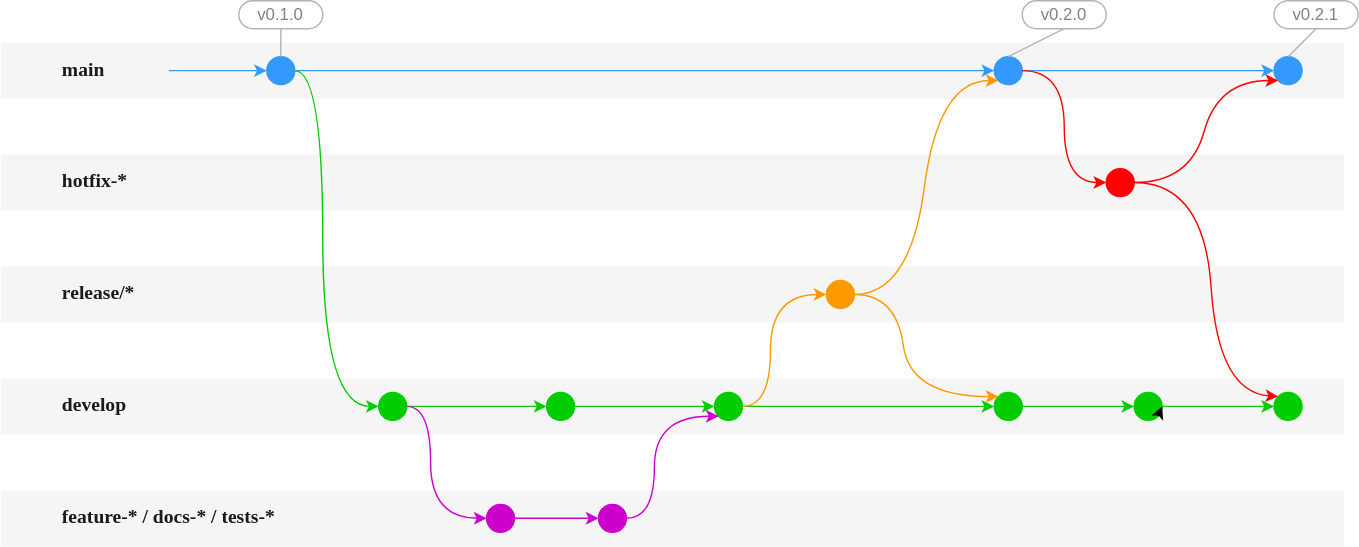
ISS-Leimen/lab-dev-conventions keeps this draw.io diagram as images/git-flow-semver.drawio.svg. Above is the earlier version. Source tidied: cells renumbered, new cells last; positions are measured from the earlier drawing's top-left corner, leaving out a move shared by most shapes.
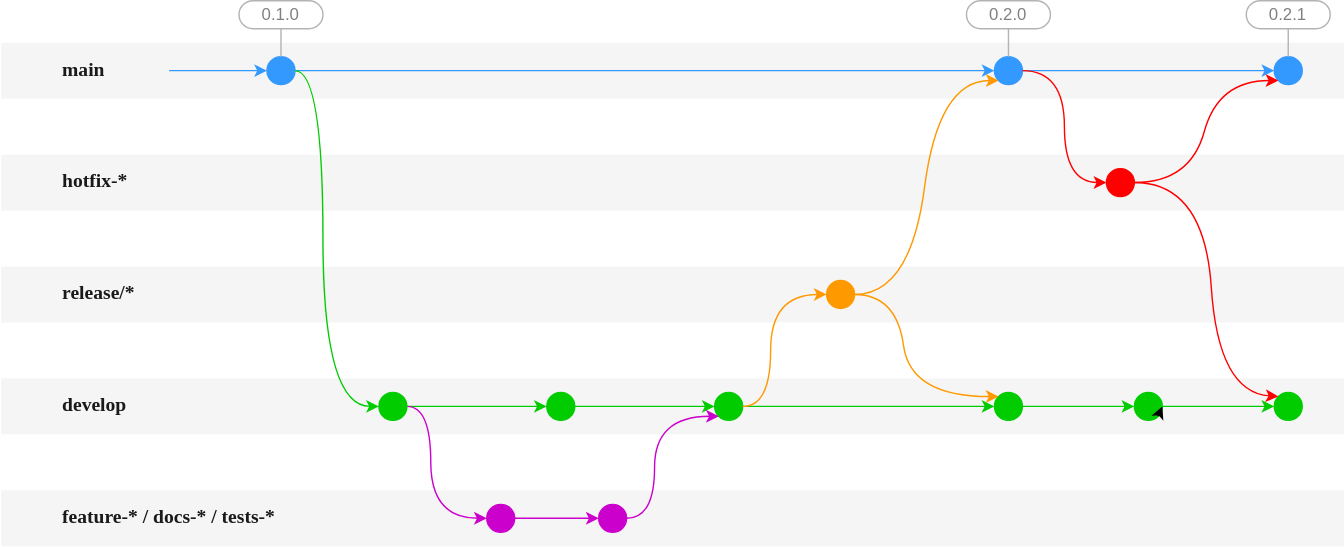
After the change.

Change to the diagram source:
```diff
@@ -169,7 +169,7 @@
         <mxPoint x="120" y="50" as="sourcePoint" />
       </mxGeometry>
     </mxCell>
-    <mxCell id="42" value="&lt;font style=&quot;color: rgb(128, 128, 128);&quot;&gt;v0.1.0&lt;/font&gt;" style="whiteSpace=wrap;html=1;rounded=1;arcSize=50;align=center;verticalAlign=middle;strokeWidth=1;spacing=4;newEdgeStyle={&quot;edgeStyle&quot;:&quot;entityRelationEdgeStyle&quot;,&quot;startArrow&quot;:&quot;none&quot;,&quot;endArrow&quot;:&quot;none&quot;,&quot;segment&quot;:10,&quot;curved&quot;:1,&quot;sourcePerimeterSpacing&quot;:0,&quot;targetPerimeterSpacing&quot;:0};strokeColor=#B3B3B3;" parent="1" vertex="1">
+    <mxCell id="42" value="&lt;font style=&quot;color: rgb(128, 128, 128);&quot;&gt;0.1.0&lt;/font&gt;" style="whiteSpace=wrap;html=1;rounded=1;arcSize=50;align=center;verticalAlign=middle;strokeWidth=1;spacing=4;newEdgeStyle={&quot;edgeStyle&quot;:&quot;entityRelationEdgeStyle&quot;,&quot;startArrow&quot;:&quot;none&quot;,&quot;endArrow&quot;:&quot;none&quot;,&quot;segment&quot;:10,&quot;curved&quot;:1,&quot;sourcePerimeterSpacing&quot;:0,&quot;targetPerimeterSpacing&quot;:0};strokeColor=#B3B3B3;" parent="1" vertex="1">
       <mxGeometry x="170" width="60" height="20" as="geometry" />
     </mxCell>
     <mxCell id="43" style="startArrow=none;endArrow=none;segment=10;sourcePerimeterSpacing=0;targetPerimeterSpacing=0;exitX=0.5;exitY=0;exitDx=0;exitDy=0;entryX=0.5;entryY=1;entryDx=0;entryDy=0;strokeColor=#B3B3B3;" parent="1" edge="1" source="7" target="42">
@@ -179,21 +179,17 @@
         </Array>
       </mxGeometry>
     </mxCell>
-    <mxCell id="44" value="&lt;font style=&quot;color: rgb(128, 128, 128);&quot;&gt;v0.2.0&lt;/font&gt;" style="whiteSpace=wrap;html=1;rounded=1;arcSize=50;align=center;verticalAlign=middle;strokeWidth=1;spacing=4;newEdgeStyle={&quot;edgeStyle&quot;:&quot;entityRelationEdgeStyle&quot;,&quot;startArrow&quot;:&quot;none&quot;,&quot;endArrow&quot;:&quot;none&quot;,&quot;segment&quot;:10,&quot;curved&quot;:1,&quot;sourcePerimeterSpacing&quot;:0,&quot;targetPerimeterSpacing&quot;:0};strokeColor=#B3B3B3;" parent="1" vertex="1">
-      <mxGeometry x="730" width="60" height="20" as="geometry" />
+    <mxCell id="44" value="&lt;font style=&quot;color: rgb(128, 128, 128);&quot;&gt;0.2.0&lt;/font&gt;" style="whiteSpace=wrap;html=1;rounded=1;arcSize=50;align=center;verticalAlign=middle;strokeWidth=1;spacing=4;newEdgeStyle={&quot;edgeStyle&quot;:&quot;entityRelationEdgeStyle&quot;,&quot;startArrow&quot;:&quot;none&quot;,&quot;endArrow&quot;:&quot;none&quot;,&quot;segment&quot;:10,&quot;curved&quot;:1,&quot;sourcePerimeterSpacing&quot;:0,&quot;targetPerimeterSpacing&quot;:0};strokeColor=#B3B3B3;" parent="1" vertex="1">
+      <mxGeometry x="690" width="60" height="20" as="geometry" />
     </mxCell>
     <mxCell id="45" style="startArrow=none;endArrow=none;segment=10;sourcePerimeterSpacing=0;targetPerimeterSpacing=0;exitX=0.5;exitY=0;exitDx=0;exitDy=0;entryX=0.5;entryY=1;entryDx=0;entryDy=0;strokeColor=#B3B3B3;" parent="1" edge="1" source="8" target="44">
       <mxGeometry relative="1" as="geometry" />
     </mxCell>
-    <mxCell id="46" value="&lt;font style=&quot;color: rgb(128, 128, 128);&quot;&gt;v0.2.1&lt;/font&gt;" style="whiteSpace=wrap;html=1;rounded=1;arcSize=50;align=center;verticalAlign=middle;strokeWidth=1;spacing=4;newEdgeStyle={&quot;edgeStyle&quot;:&quot;entityRelationEdgeStyle&quot;,&quot;startArrow&quot;:&quot;none&quot;,&quot;endArrow&quot;:&quot;none&quot;,&quot;segment&quot;:10,&quot;curved&quot;:1,&quot;sourcePerimeterSpacing&quot;:0,&quot;targetPerimeterSpacing&quot;:0};strokeColor=#B3B3B3;" parent="1" vertex="1">
-      <mxGeometry x="910" width="60" height="20" as="geometry" />
+    <mxCell id="46" value="&lt;font style=&quot;color: rgb(128, 128, 128);&quot;&gt;0.2.1&lt;/font&gt;" style="whiteSpace=wrap;html=1;rounded=1;arcSize=50;align=center;verticalAlign=middle;strokeWidth=1;spacing=4;newEdgeStyle={&quot;edgeStyle&quot;:&quot;entityRelationEdgeStyle&quot;,&quot;startArrow&quot;:&quot;none&quot;,&quot;endArrow&quot;:&quot;none&quot;,&quot;segment&quot;:10,&quot;curved&quot;:1,&quot;sourcePerimeterSpacing&quot;:0,&quot;targetPerimeterSpacing&quot;:0};strokeColor=#B3B3B3;" parent="1" vertex="1" collapsed="1">
+      <mxGeometry x="890" width="60" height="20" as="geometry" />
     </mxCell>
     <mxCell id="47" style="startArrow=none;endArrow=none;segment=10;sourcePerimeterSpacing=0;targetPerimeterSpacing=0;exitX=0.5;exitY=0;exitDx=0;exitDy=0;entryX=0.5;entryY=1;entryDx=0;entryDy=0;strokeColor=#B3B3B3;" parent="1" edge="1" source="9" target="46">
-      <mxGeometry relative="1" as="geometry">
-        <Array as="points">
-          <mxPoint x="940" y="20" />
-        </Array>
-      </mxGeometry>
+      <mxGeometry relative="1" as="geometry" />
     </mxCell>
     <mxCell id="48" style="ellipse;whiteSpace=wrap;html=1;fillColor=#00cc00;strokeColor=#00cc00;" parent="1" vertex="1">
       <mxGeometry x="270" y="280" width="20" height="20" as="geometry" />
```
